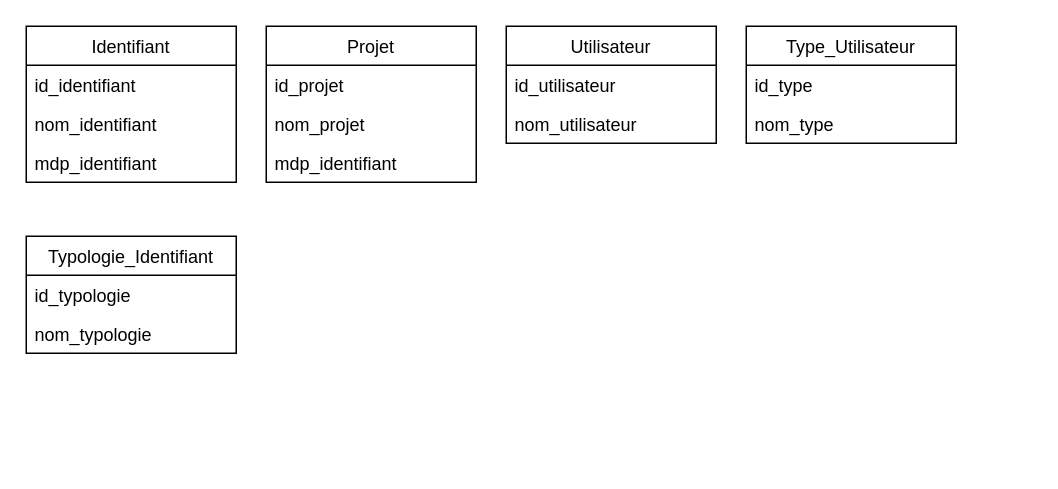
Earlier version of the draw.io diagram Analyse/MDD.drawio (Owe1n/LogMe). Source tidied: cells renumbered, new cells numbered last; positions are measured from the earlier drawing's top-left corner, leaving out a move shared by most shapes. Both pictures are drawn from the tidied source at 150%, with x=0, y=0 at pixel (26, 26).
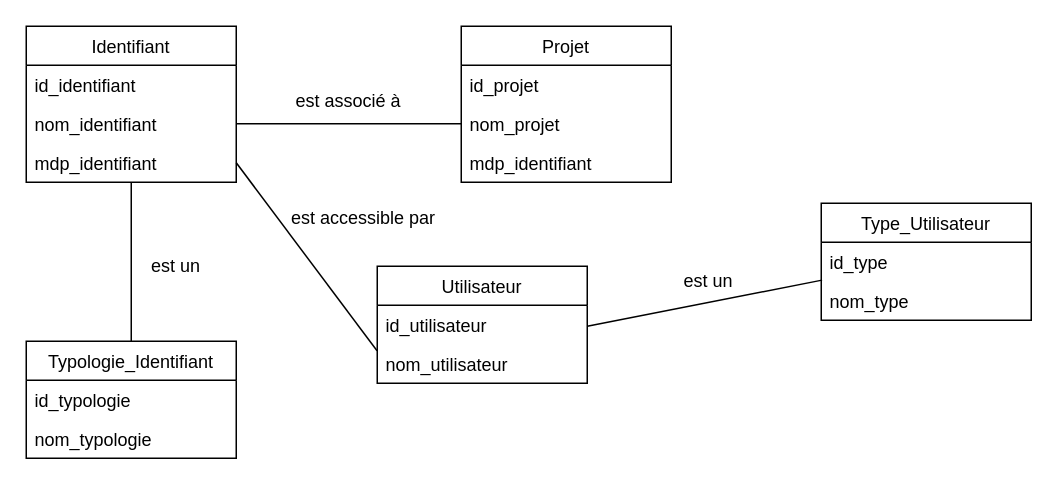
After the change.

The change refers to these unchanged cells:
```xml
<mxCell id="4" value="nom_identifiant" style="text;strokeColor=none;fillColor=none;align=left;verticalAlign=top;spacingLeft=4;spacingRight=4;overflow=hidden;points=[[0,0.5],[1,0.5]];portConstraint=eastwest;" parent="2" vertex="1">
  <mxGeometry y="52" width="140" height="26" as="geometry" />
</mxCell>
<mxCell id="5" value="mdp_identifiant" style="text;strokeColor=none;fillColor=none;align=left;verticalAlign=top;spacingLeft=4;spacingRight=4;overflow=hidden;points=[[0,0.5],[1,0.5]];portConstraint=eastwest;" parent="2" vertex="1">
  <mxGeometry y="78" width="140" height="26" as="geometry" />
</mxCell>
<mxCell id="8" value="nom_projet" style="text;strokeColor=none;fillColor=none;align=left;verticalAlign=top;spacingLeft=4;spacingRight=4;overflow=hidden;points=[[0,0.5],[1,0.5]];portConstraint=eastwest;" parent="6" vertex="1">
  <mxGeometry y="52" width="140" height="26" as="geometry" />
</mxCell>
<mxCell id="11" value="id_utilisateur   &#10;" style="text;strokeColor=none;fillColor=none;align=left;verticalAlign=top;spacingLeft=4;spacingRight=4;overflow=hidden;points=[[0,0.5],[1,0.5]];portConstraint=eastwest;" parent="10" vertex="1">
  <mxGeometry y="26" width="140" height="26" as="geometry" />
</mxCell>
<mxCell id="15" value="nom_type" style="text;strokeColor=none;fillColor=none;align=left;verticalAlign=top;spacingLeft=4;spacingRight=4;overflow=hidden;points=[[0,0.5],[1,0.5]];portConstraint=eastwest;" parent="13" vertex="1">
  <mxGeometry y="52" width="140" height="26" as="geometry" />
</mxCell>
```

Change to the diagram source:
```diff
@@
     <mxCell id="6" value="Projet" style="swimlane;fontStyle=0;horizontal=1;startSize=26;" parent="1" vertex="1">
-      <mxGeometry x="160" width="140" height="104" as="geometry" />
+      <mxGeometry x="290" width="140" height="104" as="geometry" />
     </mxCell>
@@
     <mxCell id="10" value="Utilisateur" style="swimlane;fontStyle=0;horizontal=1;startSize=26;" parent="1" vertex="1">
-      <mxGeometry x="320" width="140" height="78" as="geometry" />
+      <mxGeometry x="234" y="160" width="140" height="78" as="geometry" />
     </mxCell>
@@
     <mxCell id="13" value="Type_Utilisateur" style="swimlane;fontStyle=0;horizontal=1;startSize=26;" parent="1" vertex="1">
-      <mxGeometry x="480" width="140" height="78" as="geometry" />
+      <mxGeometry x="530" y="118" width="140" height="78" as="geometry" />
     </mxCell>
@@
     <mxCell id="16" value="Typologie_Identifiant" style="swimlane;fontStyle=0;horizontal=1;startSize=26;" parent="1" vertex="1">
-      <mxGeometry y="140" width="140" height="78" as="geometry" />
+      <mxGeometry y="210" width="140" height="78" as="geometry" />
     </mxCell>
@@
+    <mxCell id="19" style="endArrow=none;html=1;exitX=0.5;exitY=0;exitDx=0;exitDy=0;" parent="1" edge="1" source="16">
+      <mxGeometry relative="1" as="geometry">
+        <mxPoint x="70" y="104" as="targetPoint" />
+      </mxGeometry>
+    </mxCell>
+    <mxCell id="20" value="est un" style="text;html=1;strokeColor=none;fillColor=none;align=center;verticalAlign=middle;whiteSpace=wrap;rounded=0;" parent="1" vertex="1">
+      <mxGeometry x="80" y="150" width="40" height="20" as="geometry" />
+    </mxCell>
+    <mxCell id="21" style="edgeStyle=orthogonalEdgeStyle;rounded=0;orthogonalLoop=1;jettySize=auto;html=1;exitX=0.5;exitY=1;exitDx=0;exitDy=0;" parent="1" edge="1" source="20" target="20">
+      <mxGeometry relative="1" as="geometry" />
+    </mxCell>
+    <mxCell id="22" value="est associé à" style="text;html=1;strokeColor=none;fillColor=none;align=center;verticalAlign=middle;whiteSpace=wrap;rounded=0;" parent="1" vertex="1">
+      <mxGeometry x="170" y="40" width="90" height="20" as="geometry" />
+    </mxCell>
+    <mxCell id="23" style="endArrow=none;html=1;exitX=0;exitY=0.5;exitDx=0;exitDy=0;entryX=1;entryY=0.5;entryDx=0;entryDy=0;" parent="1" edge="1" source="8" target="4">
+      <mxGeometry relative="1" as="geometry" />
+    </mxCell>
+    <mxCell id="24" style="endArrow=none;html=1;exitX=-0.001;exitY=1.167;exitDx=0;exitDy=0;entryX=1;entryY=0.5;entryDx=0;entryDy=0;exitPerimeter=0;" parent="1" edge="1" source="11" target="5">
+      <mxGeometry relative="1" as="geometry" />
+    </mxCell>
+    <mxCell id="25" value="est accessible par" style="text;html=1;strokeColor=none;fillColor=none;align=center;verticalAlign=middle;whiteSpace=wrap;rounded=0;" parent="1" vertex="1">
+      <mxGeometry x="170" y="118" width="110" height="20" as="geometry" />
+    </mxCell>
+    <mxCell id="26" style="endArrow=none;html=1;exitX=0.004;exitY=-0.029;exitDx=0;exitDy=0;entryX=1;entryY=0.5;entryDx=0;entryDy=0;exitPerimeter=0;" parent="1" edge="1" source="15">
+      <mxGeometry relative="1" as="geometry">
+        <mxPoint x="374" y="200" as="targetPoint" />
+      </mxGeometry>
+    </mxCell>
+    <mxCell id="27" value="est un" style="text;html=1;strokeColor=none;fillColor=none;align=center;verticalAlign=middle;whiteSpace=wrap;rounded=0;" parent="1" vertex="1">
+      <mxGeometry x="400" y="160" width="110" height="20" as="geometry" />
+    </mxCell>
```
